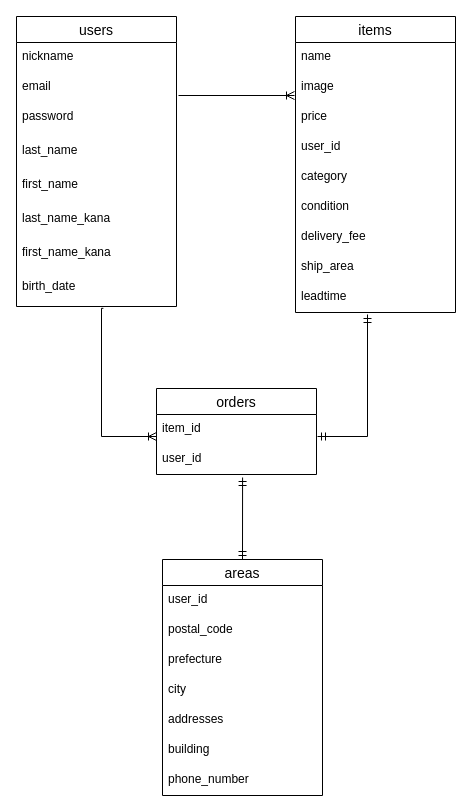
The draw.io diagram furima_data.dio in maho-ikeda/furima-site, before the edit. Source tidied: cells renumbered, new cells numbered last; positions are measured from the earlier drawing's top-left corner, leaving out a move shared by most shapes. Both pictures are drawn from the tidied source at 100%, with x=0, y=0 at pixel (16, 16).
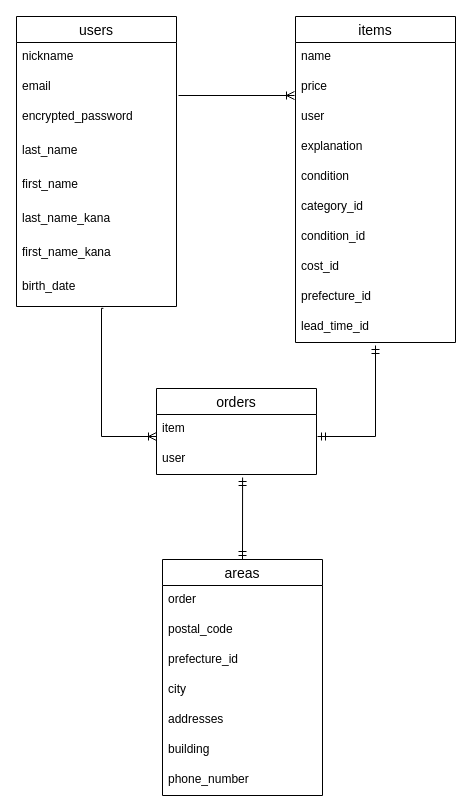
After the change.

Unchanged cells that the change refers to:
```xml
<mxCell id="2" value="users" style="swimlane;fontStyle=0;horizontal=1;startSize=26;align=center;fontSize=14;" parent="1" vertex="1">
  <mxGeometry width="160" height="290" as="geometry" />
</mxCell>
<mxCell id="21" value="orders" style="swimlane;fontStyle=0;horizontal=1;startSize=26;align=center;fontSize=14;" parent="1" vertex="1">
  <mxGeometry x="140" y="372" width="160" height="86" as="geometry" />
</mxCell>
<mxCell id="27" value="areas" style="swimlane;fontStyle=0;horizontal=1;startSize=26;align=center;fontSize=14;" parent="1" vertex="1">
  <mxGeometry x="146" y="543" width="160" height="236" as="geometry" />
</mxCell>
```

Diff of the diagram source:
```diff
@@
-    <mxCell id="5" value="password" style="text;strokeColor=none;fillColor=none;spacingLeft=4;spacingRight=4;overflow=hidden;fontSize=12;" parent="2" vertex="1">
+    <mxCell id="5" value="encrypted_password" style="text;strokeColor=none;fillColor=none;spacingLeft=4;spacingRight=4;overflow=hidden;fontSize=12;" parent="2" vertex="1">
       <mxGeometry y="86" width="160" height="34" as="geometry" />
     </mxCell>
@@
     <mxCell id="11" value="items" style="swimlane;fontStyle=0;horizontal=1;startSize=26;align=center;fontSize=14;" parent="1" vertex="1">
-      <mxGeometry x="279" width="160" height="296" as="geometry" />
+      <mxGeometry x="279" width="160" height="326" as="geometry" />
     </mxCell>
@@
-    <mxCell id="13" value="image" style="text;strokeColor=none;fillColor=none;spacingLeft=4;spacingRight=4;overflow=hidden;fontSize=12;fontStyle=0;" parent="11" vertex="1">
-      <mxGeometry y="56" width="160" height="30" as="geometry" />
-    </mxCell>
     <mxCell id="14" value="price" style="text;strokeColor=none;fillColor=none;spacingLeft=4;spacingRight=4;overflow=hidden;fontSize=12;" parent="11" vertex="1">
-      <mxGeometry y="86" width="160" height="30" as="geometry" />
+      <mxGeometry y="56" width="160" height="30" as="geometry" />
     </mxCell>
-    <mxCell id="15" value="user_id" style="text;strokeColor=none;fillColor=none;spacingLeft=4;spacingRight=4;overflow=hidden;fontSize=12;" parent="11" vertex="1">
-      <mxGeometry y="116" width="160" height="30" as="geometry" />
+    <mxCell id="15" value="user" style="text;strokeColor=none;fillColor=none;spacingLeft=4;spacingRight=4;overflow=hidden;fontSize=12;" parent="11" vertex="1">
+      <mxGeometry y="86" width="160" height="30" as="geometry" />
     </mxCell>
-    <mxCell id="16" value="category" style="text;strokeColor=none;fillColor=none;spacingLeft=4;spacingRight=4;overflow=hidden;fontSize=12;" parent="11" vertex="1">
-      <mxGeometry y="146" width="160" height="30" as="geometry" />
+    <mxCell id="16" value="explanation" style="text;strokeColor=none;fillColor=none;spacingLeft=4;spacingRight=4;overflow=hidden;fontSize=12;" parent="11" vertex="1">
+      <mxGeometry y="116" width="160" height="30" as="geometry" />
     </mxCell>
     <mxCell id="17" value="condition" style="text;strokeColor=none;fillColor=none;spacingLeft=4;spacingRight=4;overflow=hidden;fontSize=12;" parent="11" vertex="1">
-      <mxGeometry y="176" width="160" height="30" as="geometry" />
+      <mxGeometry y="146" width="160" height="30" as="geometry" />
     </mxCell>
-    <mxCell id="18" value="delivery_fee" style="text;strokeColor=none;fillColor=none;spacingLeft=4;spacingRight=4;overflow=hidden;fontSize=12;" parent="11" vertex="1">
-      <mxGeometry y="206" width="160" height="30" as="geometry" />
+    <mxCell id="18" value="category_id" style="text;strokeColor=none;fillColor=none;spacingLeft=4;spacingRight=4;overflow=hidden;fontSize=12;" parent="11" vertex="1">
+      <mxGeometry y="176" width="160" height="30" as="geometry" />
     </mxCell>
-    <mxCell id="19" value="ship_area" style="text;strokeColor=none;fillColor=none;spacingLeft=4;spacingRight=4;overflow=hidden;fontSize=12;" parent="11" vertex="1">
-      <mxGeometry y="236" width="160" height="30" as="geometry" />
+    <mxCell id="19" value="condition_id" style="text;strokeColor=none;fillColor=none;spacingLeft=4;spacingRight=4;overflow=hidden;fontSize=12;" parent="11" vertex="1">
+      <mxGeometry y="206" width="160" height="30" as="geometry" />
     </mxCell>
-    <mxCell id="20" value="leadtime" style="text;strokeColor=none;fillColor=none;spacingLeft=4;spacingRight=4;overflow=hidden;points=[[0,0.5],[1,0.5]];portConstraint=eastwest;fontSize=12;" parent="11" vertex="1">
-      <mxGeometry y="266" width="160" height="30" as="geometry" />
+    <mxCell id="20" value="cost_id " style="text;strokeColor=none;fillColor=none;spacingLeft=4;spacingRight=4;overflow=hidden;points=[[0,0.5],[1,0.5]];portConstraint=eastwest;fontSize=12;" parent="11" vertex="1">
+      <mxGeometry y="236" width="160" height="30" as="geometry" />
     </mxCell>
+    <mxCell id="36" value="prefecture_id" style="text;strokeColor=none;fillColor=none;spacingLeft=4;spacingRight=4;overflow=hidden;fontSize=12;" parent="11" vertex="1">
+      <mxGeometry y="266" width="160" height="30" as="geometry" />
+    </mxCell>
+    <mxCell id="37" value="lead_time_id" style="text;strokeColor=none;fillColor=none;spacingLeft=4;spacingRight=4;overflow=hidden;fontSize=12;" parent="11" vertex="1">
+      <mxGeometry y="296" width="160" height="30" as="geometry" />
+    </mxCell>
@@
-    <mxCell id="22" value="item_id" style="text;strokeColor=none;fillColor=none;spacingLeft=4;spacingRight=4;overflow=hidden;fontSize=12;" parent="21" vertex="1">
+    <mxCell id="22" value="item" style="text;strokeColor=none;fillColor=none;spacingLeft=4;spacingRight=4;overflow=hidden;fontSize=12;" parent="21" vertex="1">
       <mxGeometry y="26" width="160" height="30" as="geometry" />
     </mxCell>
-    <mxCell id="23" value="user_id" style="text;strokeColor=none;fillColor=none;spacingLeft=4;spacingRight=4;overflow=hidden;points=[[0,0.5],[1,0.5]];portConstraint=eastwest;fontSize=12;" parent="21" vertex="1">
+    <mxCell id="23" value="user" style="text;strokeColor=none;fillColor=none;spacingLeft=4;spacingRight=4;overflow=hidden;points=[[0,0.5],[1,0.5]];portConstraint=eastwest;fontSize=12;" parent="21" vertex="1">
       <mxGeometry y="56" width="160" height="30" as="geometry" />
     </mxCell>
@@
-    <mxCell id="26" style="edgeStyle=orthogonalEdgeStyle;fontSize=12;html=1;endArrow=ERmandOne;startArrow=ERmandOne;entryX=0.45;entryY=1.067;entryDx=0;entryDy=0;entryPerimeter=0;rounded=0;" parent="1" edge="1" target="20">
+    <mxCell id="26" style="edgeStyle=orthogonalEdgeStyle;fontSize=12;html=1;endArrow=ERmandOne;startArrow=ERmandOne;rounded=0;" parent="1" edge="1">
       <mxGeometry relative="1" as="geometry">
         <mxPoint x="301" y="420" as="sourcePoint" />
+        <mxPoint x="359" y="329" as="targetPoint" />
         <Array as="points">
-          <mxPoint x="351" y="420" />
+          <mxPoint x="359" y="420" />
         </Array>
       </mxGeometry>
     </mxCell>
@@
-    <mxCell id="28" value="user_id" style="text;strokeColor=none;fillColor=none;spacingLeft=4;spacingRight=4;overflow=hidden;fontSize=12;" parent="27" vertex="1">
+    <mxCell id="28" value="order " style="text;strokeColor=none;fillColor=none;spacingLeft=4;spacingRight=4;overflow=hidden;fontSize=12;" parent="27" vertex="1">
       <mxGeometry y="26" width="160" height="30" as="geometry" />
     </mxCell>
-    <mxCell id="29" value="postal_code" style="text;strokeColor=none;fillColor=none;spacingLeft=4;spacingRight=4;overflow=hidden;fontSize=12;" parent="27" vertex="1">
+    <mxCell id="29" value="postal_code " style="text;strokeColor=none;fillColor=none;spacingLeft=4;spacingRight=4;overflow=hidden;fontSize=12;" parent="27" vertex="1">
       <mxGeometry y="56" width="160" height="30" as="geometry" />
     </mxCell>
-    <mxCell id="30" value="prefecture" style="text;strokeColor=none;fillColor=none;spacingLeft=4;spacingRight=4;overflow=hidden;fontSize=12;" parent="27" vertex="1">
+    <mxCell id="30" value="prefecture_id" style="text;strokeColor=none;fillColor=none;spacingLeft=4;spacingRight=4;overflow=hidden;fontSize=12;" parent="27" vertex="1">
       <mxGeometry y="86" width="160" height="30" as="geometry" />
     </mxCell>
@@
-    <mxCell id="32" value="addresses" style="text;strokeColor=none;fillColor=none;spacingLeft=4;spacingRight=4;overflow=hidden;fontSize=12;" parent="27" vertex="1">
+    <mxCell id="32" value="addresses " style="text;strokeColor=none;fillColor=none;spacingLeft=4;spacingRight=4;overflow=hidden;fontSize=12;" parent="27" vertex="1">
       <mxGeometry y="146" width="160" height="30" as="geometry" />
     </mxCell>
```
